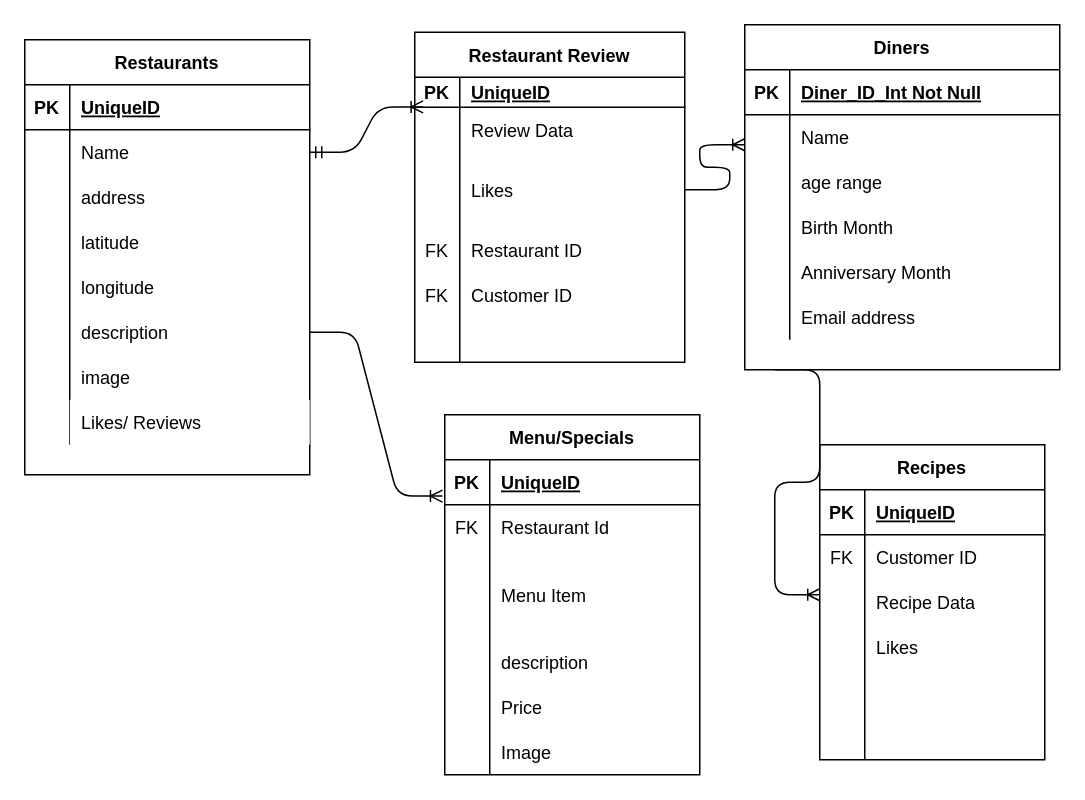
Above: erd.drawio in msjanellej/VegetarianRestaurantFinder (draw.io), before the change. Source tidied: cells renumbered, new cells numbered last; positions are measured from the earlier drawing's top-left corner, leaving out a move shared by most shapes. Both pictures are drawn from the tidied source at 150%, with x=0, y=0 at pixel (24, 24).
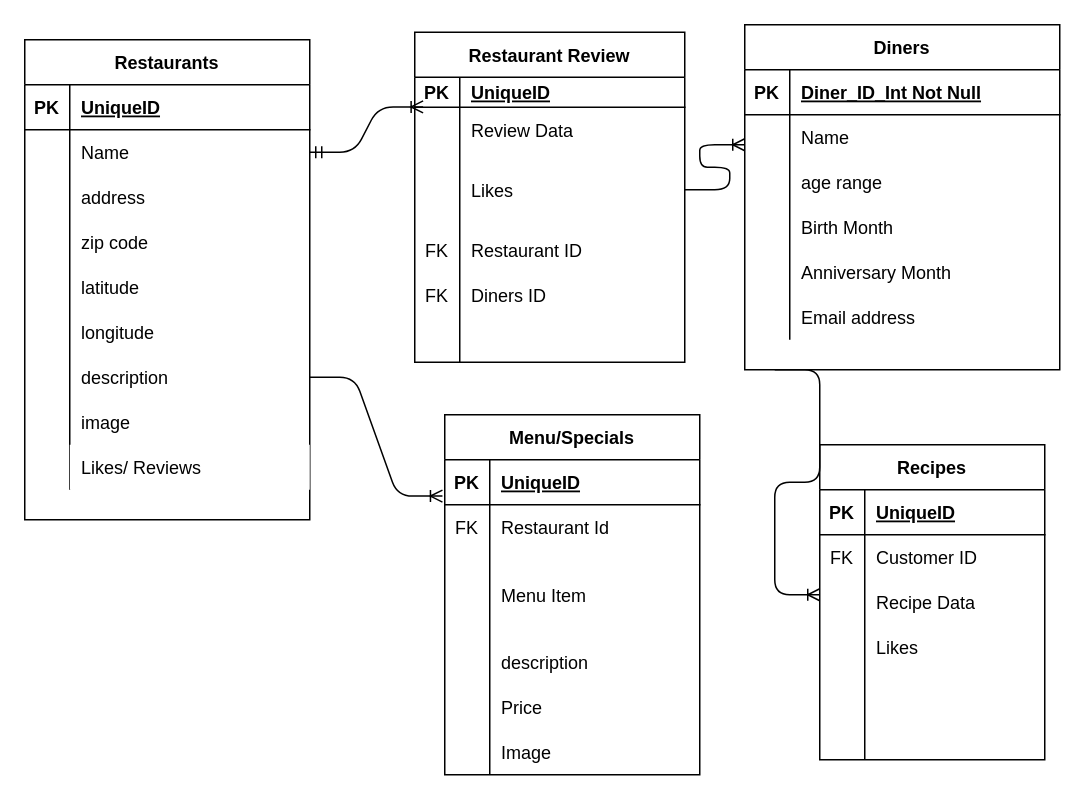
The same diagram, later.

The change refers to these unchanged cells:
```xml
<mxCell id="79" style="shape=partialRectangle;fillColor=none;top=0;left=0;bottom=0;right=0;" parent="66" vertex="1">
  <mxGeometry y="160" width="180" height="30" as="geometry" />
</mxCell>
```

The edit, as a diff of the source:
```diff
@@
     <mxCell id="21" value="Restaurants" style="shape=table;startSize=30;childLayout=tableLayout;rowLines=0;fontStyle=1;align=center;" parent="1" vertex="1">
-      <mxGeometry y="10" width="190" height="290" as="geometry" />
+      <mxGeometry y="10" width="190" height="320" as="geometry" />
     </mxCell>
@@
+    <mxCell id="107" style="shape=partialRectangle;fillColor=none;top=0;left=0;bottom=0;right=0;" parent="21" vertex="1">
+      <mxGeometry y="120" width="190" height="30" as="geometry" />
+    </mxCell>
+    <mxCell id="108" style="shape=partialRectangle;fillColor=none;top=0;left=0;bottom=0;right=0;overflow=hidden;" parent="107" vertex="1">
+      <mxGeometry width="30" height="30" as="geometry" />
+    </mxCell>
+    <mxCell id="109" value="zip code" style="shape=partialRectangle;fillColor=none;top=0;left=0;bottom=0;right=0;align=left;spacingLeft=6;overflow=hidden;" parent="107" vertex="1">
+      <mxGeometry x="30" width="160" height="30" as="geometry" />
+    </mxCell>
     <mxCell id="31" style="shape=partialRectangle;fillColor=none;top=0;left=0;bottom=0;right=0;" parent="21" vertex="1">
-      <mxGeometry y="120" width="190" height="30" as="geometry" />
+      <mxGeometry y="150" width="190" height="30" as="geometry" />
     </mxCell>
@@
     <mxCell id="34" style="shape=partialRectangle;fillColor=none;top=0;left=0;bottom=0;right=0;" parent="21" vertex="1">
-      <mxGeometry y="150" width="190" height="30" as="geometry" />
+      <mxGeometry y="180" width="190" height="30" as="geometry" />
     </mxCell>
@@
     <mxCell id="37" style="shape=partialRectangle;fillColor=none;top=0;left=0;bottom=0;right=0;points=[[0,0.5],[1,0.5]];portConstraint=eastwest;" parent="21" vertex="1">
-      <mxGeometry y="180" width="190" height="30" as="geometry" />
+      <mxGeometry y="210" width="190" height="30" as="geometry" />
     </mxCell>
@@
     <mxCell id="40" style="shape=partialRectangle;fillColor=none;top=0;left=0;bottom=0;right=0;" parent="21" vertex="1">
-      <mxGeometry y="210" width="190" height="30" as="geometry" />
+      <mxGeometry y="240" width="190" height="30" as="geometry" />
     </mxCell>
@@
     <mxCell id="43" style="shape=partialRectangle;fillColor=none;top=0;left=0;bottom=0;right=0;" parent="21" vertex="1">
-      <mxGeometry y="240" width="190" height="30" as="geometry" />
+      <mxGeometry y="270" width="190" height="30" as="geometry" />
     </mxCell>
@@
-    <mxCell id="81" value="Customer ID" style="shape=partialRectangle;fillColor=none;top=0;left=0;bottom=0;right=0;align=left;spacingLeft=6;fontStyle=0;overflow=hidden;" parent="79" vertex="1">
+    <mxCell id="81" value="Diners ID" style="shape=partialRectangle;fillColor=none;top=0;left=0;bottom=0;right=0;align=left;spacingLeft=6;fontStyle=0;overflow=hidden;" parent="79" vertex="1">
       <mxGeometry x="30" width="150" height="30" as="geometry" />
     </mxCell>
```
